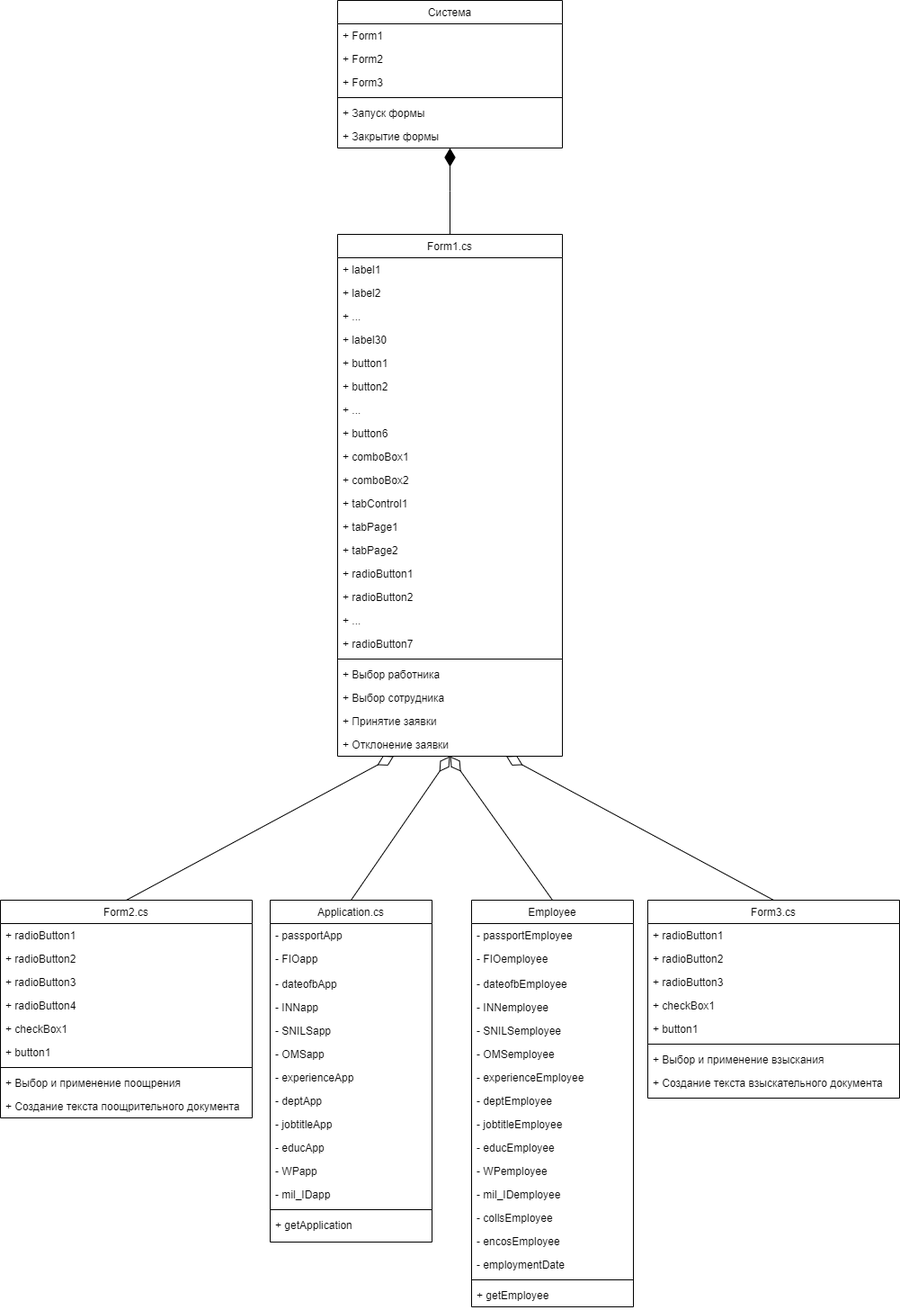
Earlier version of the draw.io export Документация/Диаграмма классов.png (AntipkinD/HRD). Source tidied: cells renumbered, new cells last; positions are measured from the earlier drawing's top-left corner, leaving out a move shared by most shapes.
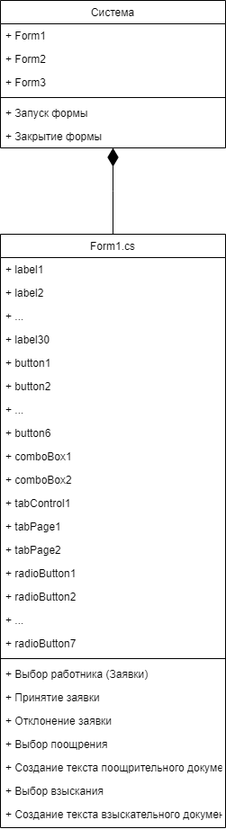
After the commit.

What changed in the source:
```diff
@@ -24,7 +24,7 @@
       <mxGeometry y="138" width="250" height="26" as="geometry" />
     </mxCell>
     <mxCell id="9" value="Form1.cs" style="swimlane;fontStyle=0;align=center;verticalAlign=top;horizontal=1;startSize=26;rounded=0;shadow=0;strokeWidth=1;" parent="1" vertex="1">
-      <mxGeometry x="375" y="260" width="250" height="580" as="geometry" />
+      <mxGeometry x="375" y="260" width="250" height="660" as="geometry" />
     </mxCell>
     <mxCell id="10" value="+ label1" style="text;align=left;verticalAlign=top;spacingLeft=4;spacingRight=4;overflow=hidden;" parent="9" vertex="1">
       <mxGeometry y="26" width="250" height="26" as="geometry" />
@@ -80,188 +80,29 @@
     <mxCell id="27" style="line;html=1;strokeWidth=1;align=left;verticalAlign=middle;spacingTop=-1;spacingLeft=3;spacingRight=3;labelPosition=right;" parent="9" vertex="1">
       <mxGeometry y="468" width="250" height="8" as="geometry" />
     </mxCell>
-    <mxCell id="28" value="+ Выбор работника" style="text;align=left;verticalAlign=top;spacingLeft=4;spacingRight=4;overflow=hidden;fontStyle=0;" parent="9" vertex="1">
+    <mxCell id="28" value="+ Выбор работника (Заявки)" style="text;align=left;verticalAlign=top;spacingLeft=4;spacingRight=4;overflow=hidden;fontStyle=0;" parent="9" vertex="1">
       <mxGeometry y="476" width="250" height="26" as="geometry" />
     </mxCell>
-    <mxCell id="29" value="+ Выбор сотрудника" style="text;align=left;verticalAlign=top;spacingLeft=4;spacingRight=4;overflow=hidden;" parent="9" vertex="1">
-      <mxGeometry y="502" width="250" height="26" as="geometry" />
-    </mxCell>
     <mxCell id="30" value="+ Принятие заявки" style="text;align=left;verticalAlign=top;spacingLeft=4;spacingRight=4;overflow=hidden;fontStyle=0;" parent="9" vertex="1">
-      <mxGeometry y="528" width="250" height="26" as="geometry" />
+      <mxGeometry y="502" width="250" height="26" as="geometry" />
     </mxCell>
     <mxCell id="31" value="+ Отклонение заявки" style="text;align=left;verticalAlign=top;spacingLeft=4;spacingRight=4;overflow=hidden;fontStyle=0;" parent="9" vertex="1">
-      <mxGeometry y="554" width="250" height="26" as="geometry" />
+      <mxGeometry y="528" width="250" height="26" as="geometry" />
     </mxCell>
-    <mxCell id="32" style="endArrow=diamondThin;endSize=18;endFill=1;shadow=0;strokeWidth=1;rounded=0;edgeStyle=elbowEdgeStyle;elbow=vertical;" parent="1" edge="1" source="9" target="2">
-      <mxGeometry relative="1" as="geometry" />
-    </mxCell>
-    <mxCell id="33" value="Form2.cs" style="swimlane;fontStyle=0;align=center;verticalAlign=top;horizontal=1;startSize=26;rounded=0;shadow=0;strokeWidth=1;" parent="1" vertex="1">
-      <mxGeometry y="1000" width="280" height="242" as="geometry" />
-    </mxCell>
-    <mxCell id="34" value="+ radioButton1" style="text;align=left;verticalAlign=top;spacingLeft=4;spacingRight=4;overflow=hidden;rounded=0;shadow=0;html=0;" parent="33" vertex="1">
-      <mxGeometry y="26" width="280" height="26" as="geometry" />
-    </mxCell>
-    <mxCell id="35" value="+ radioButton2" style="text;align=left;verticalAlign=top;spacingLeft=4;spacingRight=4;overflow=hidden;rounded=0;shadow=0;html=0;" parent="33" vertex="1">
-      <mxGeometry y="52" width="280" height="26" as="geometry" />
-    </mxCell>
-    <mxCell id="36" value="+ radioButton3" style="text;align=left;verticalAlign=top;spacingLeft=4;spacingRight=4;overflow=hidden;rounded=0;shadow=0;html=0;" parent="33" vertex="1">
-      <mxGeometry y="78" width="280" height="26" as="geometry" />
-    </mxCell>
-    <mxCell id="37" value="+ radioButton4" style="text;align=left;verticalAlign=top;spacingLeft=4;spacingRight=4;overflow=hidden;rounded=0;shadow=0;html=0;" parent="33" vertex="1">
-      <mxGeometry y="104" width="280" height="26" as="geometry" />
-    </mxCell>
-    <mxCell id="38" value="+ checkBox1" style="text;align=left;verticalAlign=top;spacingLeft=4;spacingRight=4;overflow=hidden;rounded=0;shadow=0;html=0;" parent="33" vertex="1">
-      <mxGeometry y="130" width="280" height="26" as="geometry" />
-    </mxCell>
-    <mxCell id="39" value="+ button1" style="text;align=left;verticalAlign=top;spacingLeft=4;spacingRight=4;overflow=hidden;rounded=0;shadow=0;html=0;" parent="33" vertex="1">
-      <mxGeometry y="156" width="280" height="26" as="geometry" />
-    </mxCell>
-    <mxCell id="40" style="line;html=1;strokeWidth=1;align=left;verticalAlign=middle;spacingTop=-1;spacingLeft=3;spacingRight=3;labelPosition=right;" parent="33" vertex="1">
-      <mxGeometry y="182" width="280" height="8" as="geometry" />
-    </mxCell>
-    <mxCell id="41" value="+ Выбор и применение поощрения" style="text;align=left;verticalAlign=top;spacingLeft=4;spacingRight=4;overflow=hidden;fontStyle=0;" parent="33" vertex="1">
-      <mxGeometry y="190" width="280" height="26" as="geometry" />
+    <mxCell id="41" value="+ Выбор поощрения" style="text;align=left;verticalAlign=top;spacingLeft=4;spacingRight=4;overflow=hidden;fontStyle=0;" parent="9" vertex="1">
+      <mxGeometry y="554" width="250" height="26" as="geometry" />
     </mxCell>
-    <mxCell id="42" value="+ Создание текста поощрительного документа" style="text;align=left;verticalAlign=top;spacingLeft=4;spacingRight=4;overflow=hidden;fontStyle=0;" parent="33" vertex="1">
-      <mxGeometry y="216" width="280" height="26" as="geometry" />
+    <mxCell id="42" value="+ Создание текста поощрительного документа" style="text;align=left;verticalAlign=top;spacingLeft=4;spacingRight=4;overflow=hidden;fontStyle=0;" parent="9" vertex="1">
+      <mxGeometry y="580" width="250" height="26" as="geometry" />
     </mxCell>
-    <mxCell id="43" style="endArrow=diamondThin;html=1;rounded=0;exitX=0.5;exitY=0;exitDx=0;exitDy=0;entryX=0.25;entryY=1;entryDx=0;entryDy=0;endFill=0;endSize=18;" parent="1" edge="1" source="33" target="9">
-      <mxGeometry relative="1" as="geometry" />
-    </mxCell>
-    <mxCell id="44" value="Form3.cs" style="swimlane;fontStyle=0;align=center;verticalAlign=top;horizontal=1;startSize=26;rounded=0;shadow=0;strokeWidth=1;" parent="1" vertex="1">
-      <mxGeometry x="720" y="1000" width="280" height="220" as="geometry" />
-    </mxCell>
-    <mxCell id="45" value="+ radioButton1" style="text;align=left;verticalAlign=top;spacingLeft=4;spacingRight=4;overflow=hidden;rounded=0;shadow=0;html=0;" parent="44" vertex="1">
-      <mxGeometry y="26" width="280" height="26" as="geometry" />
-    </mxCell>
-    <mxCell id="46" value="+ radioButton2" style="text;align=left;verticalAlign=top;spacingLeft=4;spacingRight=4;overflow=hidden;rounded=0;shadow=0;html=0;" parent="44" vertex="1">
-      <mxGeometry y="52" width="280" height="26" as="geometry" />
-    </mxCell>
-    <mxCell id="47" value="+ radioButton3" style="text;align=left;verticalAlign=top;spacingLeft=4;spacingRight=4;overflow=hidden;rounded=0;shadow=0;html=0;" parent="44" vertex="1">
-      <mxGeometry y="78" width="280" height="26" as="geometry" />
-    </mxCell>
-    <mxCell id="48" value="+ checkBox1" style="text;align=left;verticalAlign=top;spacingLeft=4;spacingRight=4;overflow=hidden;rounded=0;shadow=0;html=0;" parent="44" vertex="1">
-      <mxGeometry y="104" width="280" height="26" as="geometry" />
-    </mxCell>
-    <mxCell id="49" value="+ button1" style="text;align=left;verticalAlign=top;spacingLeft=4;spacingRight=4;overflow=hidden;rounded=0;shadow=0;html=0;" parent="44" vertex="1">
-      <mxGeometry y="130" width="280" height="26" as="geometry" />
-    </mxCell>
-    <mxCell id="50" style="line;html=1;strokeWidth=1;align=left;verticalAlign=middle;spacingTop=-1;spacingLeft=3;spacingRight=3;labelPosition=right;" parent="44" vertex="1">
-      <mxGeometry y="156" width="280" height="8" as="geometry" />
-    </mxCell>
-    <mxCell id="51" value="+ Выбор и применение взыскания" style="text;align=left;verticalAlign=top;spacingLeft=4;spacingRight=4;overflow=hidden;fontStyle=0;" parent="44" vertex="1">
-      <mxGeometry y="164" width="280" height="26" as="geometry" />
+    <mxCell id="51" value="+ Выбор взыскания" style="text;align=left;verticalAlign=top;spacingLeft=4;spacingRight=4;overflow=hidden;fontStyle=0;" parent="9" vertex="1">
+      <mxGeometry y="606" width="250" height="26" as="geometry" />
     </mxCell>
-    <mxCell id="52" value="+ Создание текста взыскательного документа" style="text;align=left;verticalAlign=top;spacingLeft=4;spacingRight=4;overflow=hidden;fontStyle=0;" parent="44" vertex="1">
-      <mxGeometry y="190" width="280" height="26" as="geometry" />
+    <mxCell id="52" value="+ Создание текста взыскательного документа" style="text;align=left;verticalAlign=top;spacingLeft=4;spacingRight=4;overflow=hidden;fontStyle=0;" parent="9" vertex="1">
+      <mxGeometry y="632" width="250" height="26" as="geometry" />
     </mxCell>
-    <mxCell id="53" style="endArrow=diamondThin;html=1;rounded=0;exitX=0.5;exitY=0;exitDx=0;exitDy=0;entryX=0.75;entryY=1;entryDx=0;entryDy=0;endFill=0;endSize=18;" parent="1" edge="1" source="44" target="9">
-      <mxGeometry relative="1" as="geometry" />
-    </mxCell>
-    <mxCell id="54" value="Application.cs" style="swimlane;fontStyle=0;align=center;verticalAlign=top;horizontal=1;startSize=26;rounded=0;shadow=0;strokeWidth=1;" parent="1" vertex="1">
-      <mxGeometry x="300" y="1000" width="180" height="380" as="geometry" />
-    </mxCell>
-    <mxCell id="55" value="- passportApp" style="text;align=left;verticalAlign=top;spacingLeft=4;spacingRight=4;overflow=hidden;rounded=0;shadow=0;html=0;" parent="54" vertex="1">
-      <mxGeometry y="26" width="180" height="26" as="geometry" />
-    </mxCell>
-    <mxCell id="56" value="- FIOapp" style="text;align=left;verticalAlign=top;spacingLeft=4;spacingRight=4;overflow=hidden;rounded=0;shadow=0;html=0;" parent="54" vertex="1">
-      <mxGeometry y="52" width="180" height="28" as="geometry" />
-    </mxCell>
-    <mxCell id="57" value="- dateofbApp" style="text;align=left;verticalAlign=top;spacingLeft=4;spacingRight=4;overflow=hidden;rounded=0;shadow=0;html=0;" parent="54" vertex="1">
-      <mxGeometry y="80" width="180" height="26" as="geometry" />
-    </mxCell>
-    <mxCell id="58" value="- INNapp" style="text;align=left;verticalAlign=top;spacingLeft=4;spacingRight=4;overflow=hidden;rounded=0;shadow=0;html=0;" parent="54" vertex="1">
-      <mxGeometry y="106" width="180" height="26" as="geometry" />
-    </mxCell>
-    <mxCell id="59" value="- SNILSapp" style="text;align=left;verticalAlign=top;spacingLeft=4;spacingRight=4;overflow=hidden;rounded=0;shadow=0;html=0;" parent="54" vertex="1">
-      <mxGeometry y="132" width="180" height="26" as="geometry" />
-    </mxCell>
-    <mxCell id="60" value="- OMSapp" style="text;align=left;verticalAlign=top;spacingLeft=4;spacingRight=4;overflow=hidden;rounded=0;shadow=0;html=0;" parent="54" vertex="1">
-      <mxGeometry y="158" width="180" height="26" as="geometry" />
-    </mxCell>
-    <mxCell id="61" value="- experienceApp" style="text;align=left;verticalAlign=top;spacingLeft=4;spacingRight=4;overflow=hidden;rounded=0;shadow=0;html=0;" parent="54" vertex="1">
-      <mxGeometry y="184" width="180" height="26" as="geometry" />
-    </mxCell>
-    <mxCell id="62" value="- deptApp" style="text;align=left;verticalAlign=top;spacingLeft=4;spacingRight=4;overflow=hidden;rounded=0;shadow=0;html=0;" parent="54" vertex="1">
-      <mxGeometry y="210" width="180" height="26" as="geometry" />
-    </mxCell>
-    <mxCell id="63" value="- jobtitleApp" style="text;align=left;verticalAlign=top;spacingLeft=4;spacingRight=4;overflow=hidden;rounded=0;shadow=0;html=0;" parent="54" vertex="1">
-      <mxGeometry y="236" width="180" height="26" as="geometry" />
-    </mxCell>
-    <mxCell id="64" value="- educApp" style="text;align=left;verticalAlign=top;spacingLeft=4;spacingRight=4;overflow=hidden;rounded=0;shadow=0;html=0;" parent="54" vertex="1">
-      <mxGeometry y="262" width="180" height="26" as="geometry" />
-    </mxCell>
-    <mxCell id="65" value="- WPapp" style="text;align=left;verticalAlign=top;spacingLeft=4;spacingRight=4;overflow=hidden;rounded=0;shadow=0;html=0;" parent="54" vertex="1">
-      <mxGeometry y="288" width="180" height="26" as="geometry" />
-    </mxCell>
-    <mxCell id="66" value="- mil_IDapp" style="text;align=left;verticalAlign=top;spacingLeft=4;spacingRight=4;overflow=hidden;rounded=0;shadow=0;html=0;" parent="54" vertex="1">
-      <mxGeometry y="314" width="180" height="26" as="geometry" />
-    </mxCell>
-    <mxCell id="67" style="line;html=1;strokeWidth=1;align=left;verticalAlign=middle;spacingTop=-1;spacingLeft=3;spacingRight=3;labelPosition=right;" parent="54" vertex="1">
-      <mxGeometry y="340" width="180" height="8" as="geometry" />
-    </mxCell>
-    <mxCell id="68" value="+ getApplication" style="text;align=left;verticalAlign=top;spacingLeft=4;spacingRight=4;overflow=hidden;fontStyle=0;" parent="54" vertex="1">
-      <mxGeometry y="348" width="180" height="26" as="geometry" />
-    </mxCell>
-    <mxCell id="69" style="endArrow=diamondThin;html=1;rounded=0;exitX=0.5;exitY=0;exitDx=0;exitDy=0;entryX=0.5;entryY=1;entryDx=0;entryDy=0;endFill=0;endSize=18;" parent="1" edge="1" source="54" target="9">
-      <mxGeometry relative="1" as="geometry" />
-    </mxCell>
-    <mxCell id="70" value="Employee" style="swimlane;fontStyle=0;align=center;verticalAlign=top;horizontal=1;startSize=26;rounded=0;shadow=0;strokeWidth=1;" parent="1" vertex="1">
-      <mxGeometry x="524" y="1000" width="180" height="452" as="geometry" />
-    </mxCell>
-    <mxCell id="71" value="- passportEmployee" style="text;align=left;verticalAlign=top;spacingLeft=4;spacingRight=4;overflow=hidden;rounded=0;shadow=0;html=0;" parent="70" vertex="1">
-      <mxGeometry y="26" width="180" height="26" as="geometry" />
-    </mxCell>
-    <mxCell id="72" value="- FIOemployee" style="text;align=left;verticalAlign=top;spacingLeft=4;spacingRight=4;overflow=hidden;rounded=0;shadow=0;html=0;" parent="70" vertex="1">
-      <mxGeometry y="52" width="180" height="28" as="geometry" />
-    </mxCell>
-    <mxCell id="73" value="- dateofbEmployee" style="text;align=left;verticalAlign=top;spacingLeft=4;spacingRight=4;overflow=hidden;rounded=0;shadow=0;html=0;" parent="70" vertex="1">
-      <mxGeometry y="80" width="180" height="26" as="geometry" />
-    </mxCell>
-    <mxCell id="74" value="- INNemployee" style="text;align=left;verticalAlign=top;spacingLeft=4;spacingRight=4;overflow=hidden;rounded=0;shadow=0;html=0;" parent="70" vertex="1">
-      <mxGeometry y="106" width="180" height="26" as="geometry" />
-    </mxCell>
-    <mxCell id="75" value="- SNILSemployee" style="text;align=left;verticalAlign=top;spacingLeft=4;spacingRight=4;overflow=hidden;rounded=0;shadow=0;html=0;" parent="70" vertex="1">
-      <mxGeometry y="132" width="180" height="26" as="geometry" />
-    </mxCell>
-    <mxCell id="76" value="- OMSemployee" style="text;align=left;verticalAlign=top;spacingLeft=4;spacingRight=4;overflow=hidden;rounded=0;shadow=0;html=0;" parent="70" vertex="1">
-      <mxGeometry y="158" width="180" height="26" as="geometry" />
-    </mxCell>
-    <mxCell id="77" value="- experienceEmployee" style="text;align=left;verticalAlign=top;spacingLeft=4;spacingRight=4;overflow=hidden;rounded=0;shadow=0;html=0;" parent="70" vertex="1">
-      <mxGeometry y="184" width="180" height="26" as="geometry" />
-    </mxCell>
-    <mxCell id="78" value="- deptEmployee" style="text;align=left;verticalAlign=top;spacingLeft=4;spacingRight=4;overflow=hidden;rounded=0;shadow=0;html=0;" parent="70" vertex="1">
-      <mxGeometry y="210" width="180" height="26" as="geometry" />
-    </mxCell>
-    <mxCell id="79" value="- jobtitleEmployee" style="text;align=left;verticalAlign=top;spacingLeft=4;spacingRight=4;overflow=hidden;rounded=0;shadow=0;html=0;" parent="70" vertex="1">
-      <mxGeometry y="236" width="180" height="26" as="geometry" />
-    </mxCell>
-    <mxCell id="80" value="- educEmployee" style="text;align=left;verticalAlign=top;spacingLeft=4;spacingRight=4;overflow=hidden;rounded=0;shadow=0;html=0;" parent="70" vertex="1">
-      <mxGeometry y="262" width="180" height="26" as="geometry" />
-    </mxCell>
-    <mxCell id="81" value="- WPemployee" style="text;align=left;verticalAlign=top;spacingLeft=4;spacingRight=4;overflow=hidden;rounded=0;shadow=0;html=0;" parent="70" vertex="1">
-      <mxGeometry y="288" width="180" height="26" as="geometry" />
-    </mxCell>
-    <mxCell id="82" value="- mil_IDemployee" style="text;align=left;verticalAlign=top;spacingLeft=4;spacingRight=4;overflow=hidden;rounded=0;shadow=0;html=0;" parent="70" vertex="1">
-      <mxGeometry y="314" width="180" height="26" as="geometry" />
-    </mxCell>
-    <mxCell id="83" value="- collsEmployee" style="text;align=left;verticalAlign=top;spacingLeft=4;spacingRight=4;overflow=hidden;rounded=0;shadow=0;html=0;" parent="70" vertex="1">
-      <mxGeometry y="340" width="180" height="26" as="geometry" />
-    </mxCell>
-    <mxCell id="84" value="- encosEmployee" style="text;align=left;verticalAlign=top;spacingLeft=4;spacingRight=4;overflow=hidden;rounded=0;shadow=0;html=0;" parent="70" vertex="1">
-      <mxGeometry y="366" width="180" height="26" as="geometry" />
-    </mxCell>
-    <mxCell id="85" value="- employmentDate" style="text;align=left;verticalAlign=top;spacingLeft=4;spacingRight=4;overflow=hidden;rounded=0;shadow=0;html=0;" parent="70" vertex="1">
-      <mxGeometry y="392" width="180" height="26" as="geometry" />
-    </mxCell>
-    <mxCell id="86" style="line;html=1;strokeWidth=1;align=left;verticalAlign=middle;spacingTop=-1;spacingLeft=3;spacingRight=3;labelPosition=right;" parent="70" vertex="1">
-      <mxGeometry y="418" width="180" height="8" as="geometry" />
-    </mxCell>
-    <mxCell id="87" value="+ getEmployee" style="text;align=left;verticalAlign=top;spacingLeft=4;spacingRight=4;overflow=hidden;fontStyle=0;" parent="70" vertex="1">
-      <mxGeometry y="426" width="180" height="26" as="geometry" />
-    </mxCell>
-    <mxCell id="88" style="endArrow=diamondThin;html=1;rounded=0;exitX=0.5;exitY=0;exitDx=0;exitDy=0;entryX=0.5;entryY=1;entryDx=0;entryDy=0;endFill=0;endSize=18;" parent="1" edge="1" source="70" target="9">
-      <mxGeometry relative="1" as="geometry" />
-    </mxCell>
+    <mxCell id="32" style="endArrow=diamondThin;endSize=18;endFill=1;shadow=0;strokeWidth=1;rounded=0;edgeStyle=elbowEdgeStyle;elbow=vertical;" parent="1" edge="1" source="9" target="2">
+      <mxGeometry relative="1" as="geometry" />
+    </mxCell>
   </root>
 </mxGraphModel>
```
